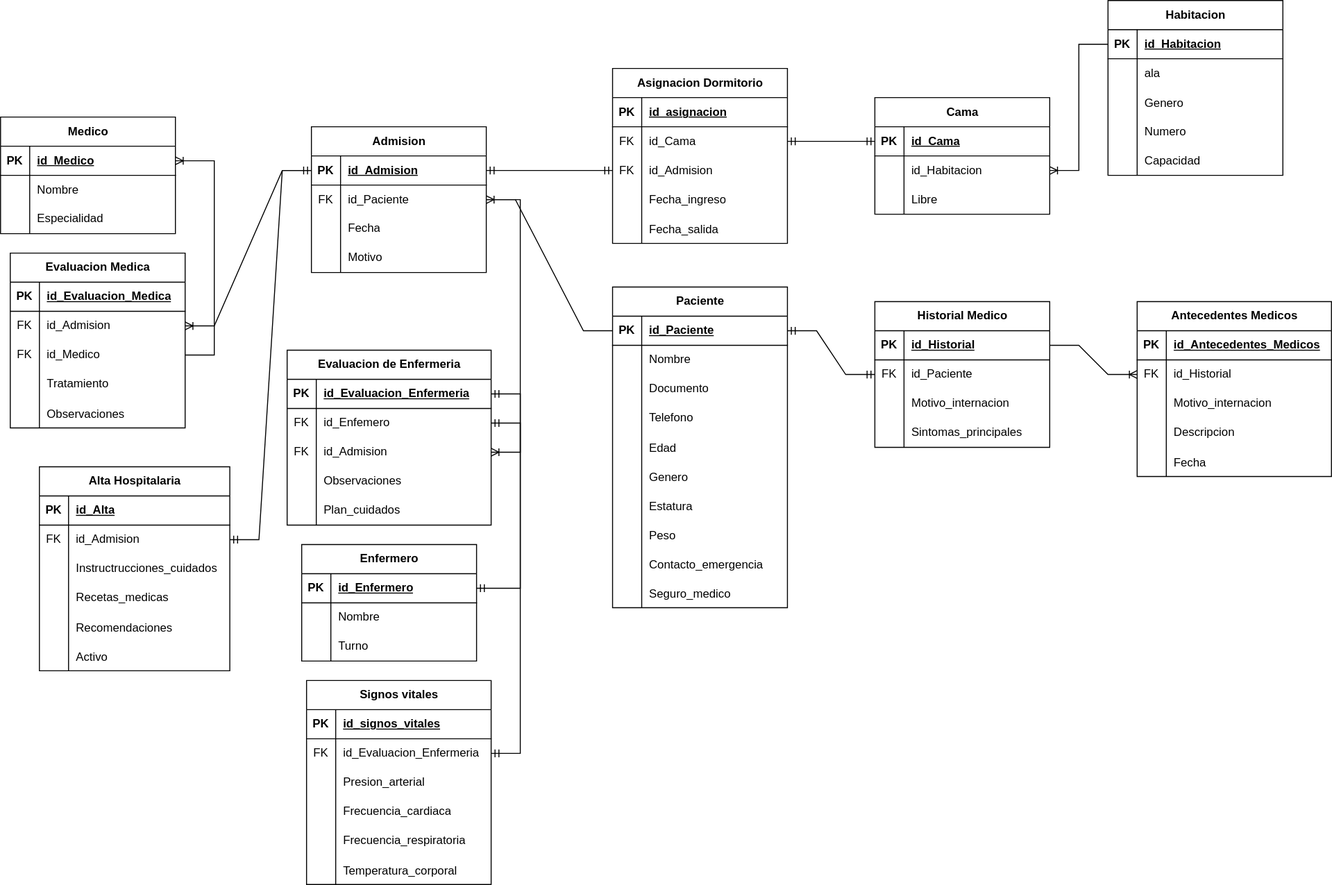
Earlier version of the draw.io export Hospital Information System - DER.svg (Tomas-Suarez/Integrador-web-II). Source tidied: cells renumbered, new cells last; positions are measured from the earlier drawing's top-left corner, leaving out a move shared by most shapes.
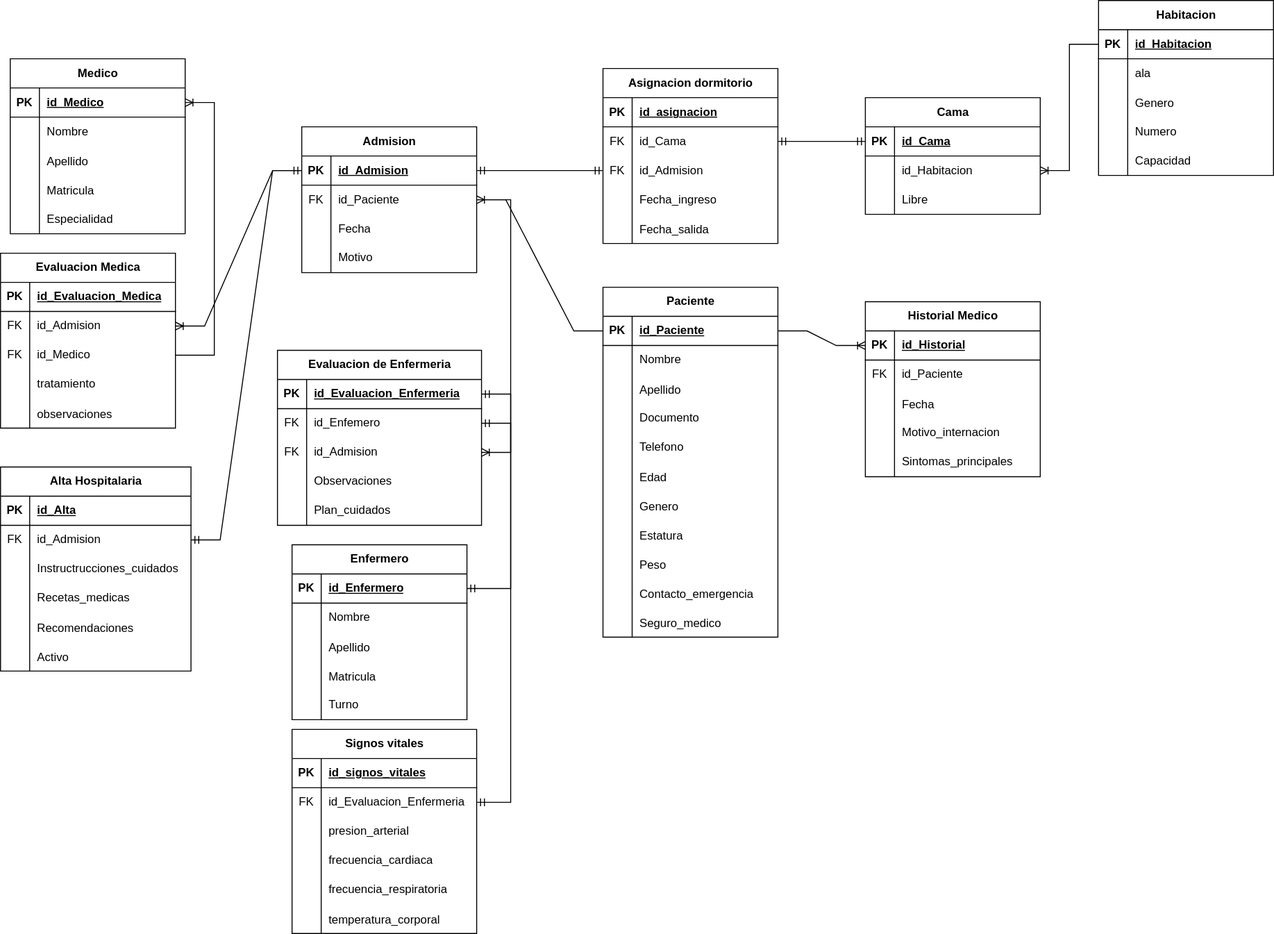
Above is the later version.

The edit, as a diff of the source:
```diff
@@ -5,3 +5,3 @@
     <mxCell id="2" value="Paciente" style="shape=table;startSize=30;rowLines=0;fontStyle=1;align=center;html=1;" parent="1" vertex="1">
-      <mxGeometry x="630" y="295" width="180" height="330" as="geometry" />
+      <mxGeometry x="630" y="295" width="180" height="360" as="geometry" />
     </mxCell>
@@ -25,4 +25,13 @@
     </mxCell>
+    <mxCell id="219" style="shape=tableRow;horizontal=0;startSize=0;swimlaneHead=0;swimlaneBody=0;fillColor=none;top=0;left=0;right=0;bottom=0;" parent="2" vertex="1">
+      <mxGeometry y="90" width="180" height="30" as="geometry" />
+    </mxCell>
+    <mxCell id="220" style="shape=partialRectangle;fillColor=none;top=0;left=0;bottom=0;right=0;overflow=hidden;" parent="219" vertex="1">
+      <mxGeometry width="30" height="30" as="geometry" />
+    </mxCell>
+    <mxCell id="221" value="Apellido" style="shape=partialRectangle;fillColor=none;top=0;left=0;bottom=0;right=0;align=left;spacingLeft=6;overflow=hidden;" parent="219" vertex="1">
+      <mxGeometry x="30" width="150" height="30" as="geometry" />
+    </mxCell>
     <mxCell id="9" style="shape=tableRow;horizontal=0;startSize=0;swimlaneHead=0;swimlaneBody=0;fillColor=none;top=0;left=0;right=0;bottom=0;" parent="2" vertex="1">
-      <mxGeometry y="90" width="180" height="30" as="geometry" />
+      <mxGeometry y="120" width="180" height="30" as="geometry" />
     </mxCell>
@@ -35,3 +44,3 @@
     <mxCell id="12" style="shape=tableRow;horizontal=0;startSize=0;swimlaneHead=0;swimlaneBody=0;fillColor=none;top=0;left=0;right=0;bottom=0;" parent="2" vertex="1">
-      <mxGeometry y="120" width="180" height="30" as="geometry" />
+      <mxGeometry y="150" width="180" height="30" as="geometry" />
     </mxCell>
@@ -44,3 +53,3 @@
     <mxCell id="15" style="shape=tableRow;horizontal=0;startSize=0;swimlaneHead=0;swimlaneBody=0;fillColor=none;top=0;left=0;right=0;bottom=0;" parent="2" vertex="1">
-      <mxGeometry y="150" width="180" height="30" as="geometry" />
+      <mxGeometry y="180" width="180" height="30" as="geometry" />
     </mxCell>
@@ -53,3 +62,3 @@
     <mxCell id="18" style="shape=tableRow;horizontal=0;startSize=0;swimlaneHead=0;swimlaneBody=0;fillColor=none;top=0;left=0;right=0;bottom=0;" parent="2" vertex="1">
-      <mxGeometry y="180" width="180" height="30" as="geometry" />
+      <mxGeometry y="210" width="180" height="30" as="geometry" />
     </mxCell>
@@ -62,3 +71,3 @@
     <mxCell id="21" style="shape=tableRow;horizontal=0;startSize=0;swimlaneHead=0;swimlaneBody=0;fillColor=none;top=0;left=0;right=0;bottom=0;" parent="2" vertex="1">
-      <mxGeometry y="210" width="180" height="30" as="geometry" />
+      <mxGeometry y="240" width="180" height="30" as="geometry" />
     </mxCell>
@@ -71,3 +80,3 @@
     <mxCell id="24" style="shape=tableRow;horizontal=0;startSize=0;swimlaneHead=0;swimlaneBody=0;fillColor=none;top=0;left=0;right=0;bottom=0;" parent="2" vertex="1">
-      <mxGeometry y="240" width="180" height="30" as="geometry" />
+      <mxGeometry y="270" width="180" height="30" as="geometry" />
     </mxCell>
@@ -80,3 +89,3 @@
     <mxCell id="27" style="shape=tableRow;horizontal=0;startSize=0;swimlaneHead=0;swimlaneBody=0;fillColor=none;top=0;left=0;right=0;bottom=0;" parent="2" vertex="1">
-      <mxGeometry y="270" width="180" height="30" as="geometry" />
+      <mxGeometry y="300" width="180" height="30" as="geometry" />
     </mxCell>
@@ -89,3 +98,3 @@
     <mxCell id="30" style="shape=tableRow;horizontal=0;startSize=0;swimlaneHead=0;swimlaneBody=0;fillColor=none;top=0;left=0;right=0;bottom=0;" parent="2" vertex="1">
-      <mxGeometry y="300" width="180" height="30" as="geometry" />
+      <mxGeometry y="330" width="180" height="30" as="geometry" />
     </mxCell>
@@ -136,3 +145,3 @@
     </mxCell>
-    <mxCell id="46" value="Asignacion Dormitorio" style="shape=table;startSize=30;rowLines=0;fontStyle=1;align=center;html=1;" parent="1" vertex="1">
+    <mxCell id="46" value="Asignacion dormitorio" style="shape=table;startSize=30;rowLines=0;fontStyle=1;align=center;html=1;" parent="1" vertex="1">
       <mxGeometry x="630" y="70" width="180" height="180" as="geometry" />
@@ -263,3 +272,3 @@
     <mxCell id="88" value="Alta Hospitalaria" style="shape=table;startSize=30;rowLines=0;fontStyle=1;align=center;html=1;" parent="1" vertex="1">
-      <mxGeometry x="40" y="480" width="196" height="210" as="geometry" />
+      <mxGeometry x="10" y="480" width="196" height="210" as="geometry" />
     </mxCell>
@@ -320,3 +329,3 @@
     <mxCell id="107" value="Enfermero" style="shape=table;startSize=30;rowLines=0;fontStyle=1;align=center;html=1;" parent="1" vertex="1">
-      <mxGeometry x="310" y="560" width="180" height="120" as="geometry" />
+      <mxGeometry x="310" y="560" width="180" height="180" as="geometry" />
     </mxCell>
@@ -340,4 +349,22 @@
     </mxCell>
+    <mxCell id="222" style="shape=tableRow;horizontal=0;startSize=0;swimlaneHead=0;swimlaneBody=0;fillColor=none;top=0;left=0;right=0;bottom=0;" parent="107" vertex="1">
+      <mxGeometry y="90" width="180" height="30" as="geometry" />
+    </mxCell>
+    <mxCell id="223" style="shape=partialRectangle;fillColor=none;top=0;left=0;bottom=0;right=0;overflow=hidden;" parent="222" vertex="1">
+      <mxGeometry width="30" height="30" as="geometry" />
+    </mxCell>
+    <mxCell id="224" value="Apellido" style="shape=partialRectangle;fillColor=none;top=0;left=0;bottom=0;right=0;align=left;spacingLeft=6;overflow=hidden;" parent="222" vertex="1">
+      <mxGeometry x="30" width="150" height="30" as="geometry" />
+    </mxCell>
+    <mxCell id="225" style="shape=tableRow;horizontal=0;startSize=0;swimlaneHead=0;swimlaneBody=0;fillColor=none;top=0;left=0;right=0;bottom=0;" parent="107" vertex="1">
+      <mxGeometry y="120" width="180" height="30" as="geometry" />
+    </mxCell>
+    <mxCell id="226" style="shape=partialRectangle;fillColor=none;top=0;left=0;bottom=0;right=0;overflow=hidden;" parent="225" vertex="1">
+      <mxGeometry width="30" height="30" as="geometry" />
+    </mxCell>
+    <mxCell id="227" value="Matricula" style="shape=partialRectangle;fillColor=none;top=0;left=0;bottom=0;right=0;align=left;spacingLeft=6;overflow=hidden;" parent="225" vertex="1">
+      <mxGeometry x="30" width="150" height="30" as="geometry" />
+    </mxCell>
     <mxCell id="114" style="shape=tableRow;horizontal=0;startSize=0;swimlaneHead=0;swimlaneBody=0;fillColor=none;top=0;left=0;right=0;bottom=0;" parent="107" vertex="1">
-      <mxGeometry y="90" width="180" height="30" as="geometry" />
+      <mxGeometry y="150" width="180" height="30" as="geometry" />
     </mxCell>
@@ -365,3 +392,3 @@
     <mxCell id="122" value="Historial Medico" style="shape=table;startSize=30;rowLines=0;fontStyle=1;align=center;html=1;" parent="1" vertex="1">
-      <mxGeometry x="900" y="310" width="180" height="150" as="geometry" />
+      <mxGeometry x="900" y="310" width="180" height="180" as="geometry" />
     </mxCell>
@@ -385,4 +412,13 @@
     </mxCell>
+    <mxCell id="228" style="shape=tableRow;horizontal=0;startSize=0;swimlaneHead=0;swimlaneBody=0;fillColor=none;top=0;left=0;right=0;bottom=0;" parent="122" vertex="1">
+      <mxGeometry y="90" width="180" height="30" as="geometry" />
+    </mxCell>
+    <mxCell id="229" style="shape=partialRectangle;fillColor=none;top=0;left=0;bottom=0;right=0;overflow=hidden;" parent="228" vertex="1">
+      <mxGeometry width="30" height="30" as="geometry" />
+    </mxCell>
+    <mxCell id="150" value="Fecha" style="shape=partialRectangle;fillColor=none;top=0;left=0;bottom=0;right=0;align=left;spacingLeft=6;overflow=hidden;" parent="228" vertex="1">
+      <mxGeometry x="30" width="150" height="30" as="geometry" />
+    </mxCell>
     <mxCell id="129" style="shape=tableRow;horizontal=0;startSize=0;swimlaneHead=0;swimlaneBody=0;fillColor=none;top=0;left=0;right=0;bottom=0;" parent="122" vertex="1">
-      <mxGeometry y="90" width="180" height="30" as="geometry" />
+      <mxGeometry y="120" width="180" height="30" as="geometry" />
     </mxCell>
@@ -395,3 +431,3 @@
     <mxCell id="132" style="shape=tableRow;horizontal=0;startSize=0;swimlaneHead=0;swimlaneBody=0;fillColor=none;top=0;left=0;right=0;bottom=0;" parent="122" vertex="1">
-      <mxGeometry y="120" width="180" height="30" as="geometry" />
+      <mxGeometry y="150" width="180" height="30" as="geometry" />
     </mxCell>
@@ -403,56 +439,2 @@
     </mxCell>
-    <mxCell id="135" value="Antecedentes Medicos" style="shape=table;startSize=30;rowLines=0;fontStyle=1;align=center;html=1;" parent="1" vertex="1">
-      <mxGeometry x="1170" y="310" width="200" height="180" as="geometry" />
-    </mxCell>
-    <mxCell id="136" style="shape=tableRow;horizontal=0;startSize=0;swimlaneHead=0;swimlaneBody=0;fillColor=none;top=0;left=0;right=0;bottom=1;" parent="135" vertex="1">
-      <mxGeometry y="30" width="200" height="30" as="geometry" />
-    </mxCell>
-    <mxCell id="137" value="PK" style="shape=partialRectangle;fillColor=none;top=0;left=0;bottom=0;right=0;fontStyle=1;overflow=hidden;whiteSpace=wrap;html=1;" parent="136" vertex="1">
-      <mxGeometry width="30" height="30" as="geometry" />
-    </mxCell>
-    <mxCell id="138" value="id_Antecedentes_Medicos" style="shape=partialRectangle;fillColor=none;top=0;left=0;bottom=0;right=0;align=left;spacingLeft=6;fontStyle=5;overflow=hidden;whiteSpace=wrap;html=1;" parent="136" vertex="1">
-      <mxGeometry x="30" width="170" height="30" as="geometry" />
-    </mxCell>
-    <mxCell id="139" style="shape=tableRow;horizontal=0;startSize=0;swimlaneHead=0;swimlaneBody=0;fillColor=none;points=[[0,0.5],[1,0.5]];portConstraint=eastwest;top=0;left=0;right=0;bottom=0;" parent="135" vertex="1">
-      <mxGeometry y="60" width="200" height="30" as="geometry" />
-    </mxCell>
-    <mxCell id="140" value="FK" style="shape=partialRectangle;fillColor=none;top=0;left=0;bottom=0;right=0;fontStyle=0;overflow=hidden;whiteSpace=wrap;html=1;" parent="139" vertex="1">
-      <mxGeometry width="30" height="30" as="geometry" />
-    </mxCell>
-    <mxCell id="141" value="id_Historial" style="shape=partialRectangle;fillColor=none;top=0;left=0;bottom=0;right=0;align=left;spacingLeft=6;fontStyle=0;overflow=hidden;whiteSpace=wrap;html=1;" parent="139" vertex="1">
-      <mxGeometry x="30" width="170" height="30" as="geometry" />
-    </mxCell>
-    <mxCell id="142" style="shape=tableRow;horizontal=0;startSize=0;swimlaneHead=0;swimlaneBody=0;fillColor=none;top=0;left=0;right=0;bottom=0;" parent="135" vertex="1">
-      <mxGeometry y="90" width="200" height="30" as="geometry" />
-    </mxCell>
-    <mxCell id="143" style="shape=partialRectangle;fillColor=none;top=0;left=0;bottom=0;right=0;overflow=hidden;whiteSpace=wrap;html=1;" parent="142" vertex="1">
-      <mxGeometry width="30" height="30" as="geometry" />
-    </mxCell>
-    <mxCell id="144" value="Motivo_internacion" style="shape=partialRectangle;fillColor=none;top=0;left=0;bottom=0;right=0;align=left;spacingLeft=6;overflow=hidden;whiteSpace=wrap;html=1;" parent="142" vertex="1">
-      <mxGeometry x="30" width="170" height="30" as="geometry" />
-    </mxCell>
-    <mxCell id="145" style="shape=tableRow;horizontal=0;startSize=0;swimlaneHead=0;swimlaneBody=0;fillColor=none;top=0;left=0;right=0;bottom=0;" parent="135" vertex="1">
-      <mxGeometry y="120" width="200" height="30" as="geometry" />
-    </mxCell>
-    <mxCell id="146" style="shape=partialRectangle;fillColor=none;top=0;left=0;bottom=0;right=0;overflow=hidden;whiteSpace=wrap;html=1;" parent="145" vertex="1">
-      <mxGeometry width="30" height="30" as="geometry" />
-    </mxCell>
-    <mxCell id="147" value="Descripcion" style="shape=partialRectangle;fillColor=none;top=0;left=0;bottom=0;right=0;align=left;spacingLeft=6;overflow=hidden;whiteSpace=wrap;html=1;" parent="145" vertex="1">
-      <mxGeometry x="30" width="170" height="30" as="geometry" />
-    </mxCell>
-    <mxCell id="148" style="shape=tableRow;horizontal=0;startSize=0;swimlaneHead=0;swimlaneBody=0;fillColor=none;top=0;left=0;right=0;bottom=0;" parent="135" vertex="1">
-      <mxGeometry y="150" width="200" height="30" as="geometry" />
-    </mxCell>
-    <mxCell id="149" style="shape=partialRectangle;fillColor=none;top=0;left=0;bottom=0;right=0;overflow=hidden;" parent="148" vertex="1">
-      <mxGeometry width="30" height="30" as="geometry" />
-    </mxCell>
-    <mxCell id="150" value="Fecha" style="shape=partialRectangle;fillColor=none;top=0;left=0;bottom=0;right=0;align=left;spacingLeft=6;overflow=hidden;" parent="148" vertex="1">
-      <mxGeometry x="30" width="170" height="30" as="geometry" />
-    </mxCell>
-    <mxCell id="151" style="edgeStyle=entityRelationEdgeStyle;fontSize=12;html=1;endArrow=ERmandOne;startArrow=ERmandOne;rounded=0;" parent="1" edge="1" source="3" target="126">
-      <mxGeometry relative="1" as="geometry" />
-    </mxCell>
-    <mxCell id="152" style="edgeStyle=entityRelationEdgeStyle;fontSize=12;html=1;endArrow=ERoneToMany;rounded=0;" parent="1" edge="1" source="123" target="139">
-      <mxGeometry relative="1" as="geometry" />
-    </mxCell>
     <mxCell id="153" value="Evaluacion Medica" style="shape=table;startSize=30;rowLines=0;fontStyle=1;align=center;html=1;" parent="1" vertex="1">
@@ -493,3 +475,3 @@
     </mxCell>
-    <mxCell id="165" value="Tratamiento" style="shape=partialRectangle;fillColor=none;top=0;left=0;bottom=0;right=0;align=left;spacingLeft=6;overflow=hidden;whiteSpace=wrap;html=1;" parent="163" vertex="1">
+    <mxCell id="165" value="tratamiento" style="shape=partialRectangle;fillColor=none;top=0;left=0;bottom=0;right=0;align=left;spacingLeft=6;overflow=hidden;whiteSpace=wrap;html=1;" parent="163" vertex="1">
       <mxGeometry x="30" width="150" height="30" as="geometry" />
@@ -502,3 +484,3 @@
     </mxCell>
-    <mxCell id="168" value="Observaciones" style="shape=partialRectangle;fillColor=none;top=0;left=0;bottom=0;right=0;align=left;spacingLeft=6;overflow=hidden;" parent="166" vertex="1">
+    <mxCell id="168" value="observaciones" style="shape=partialRectangle;fillColor=none;top=0;left=0;bottom=0;right=0;align=left;spacingLeft=6;overflow=hidden;" parent="166" vertex="1">
       <mxGeometry x="30" width="150" height="30" as="geometry" />
@@ -554,3 +536,3 @@
     <mxCell id="185" value="Medico" style="shape=table;startSize=30;rowLines=0;fontStyle=1;align=center;html=1;" parent="1" vertex="1">
-      <mxGeometry y="120" width="180" height="120" as="geometry" />
+      <mxGeometry x="20" y="60" width="180" height="180" as="geometry" />
     </mxCell>
@@ -574,4 +556,22 @@
     </mxCell>
+    <mxCell id="230" style="shape=tableRow;horizontal=0;startSize=0;swimlaneHead=0;swimlaneBody=0;fillColor=none;top=0;left=0;right=0;bottom=0;" parent="185" vertex="1">
+      <mxGeometry y="90" width="180" height="30" as="geometry" />
+    </mxCell>
+    <mxCell id="231" style="shape=partialRectangle;fillColor=none;top=0;left=0;bottom=0;right=0;overflow=hidden;" parent="230" vertex="1">
+      <mxGeometry width="30" height="30" as="geometry" />
+    </mxCell>
+    <mxCell id="232" value="Apellido" style="shape=partialRectangle;fillColor=none;top=0;left=0;bottom=0;right=0;align=left;spacingLeft=6;overflow=hidden;" parent="230" vertex="1">
+      <mxGeometry x="30" width="150" height="30" as="geometry" />
+    </mxCell>
+    <mxCell id="233" style="shape=tableRow;horizontal=0;startSize=0;swimlaneHead=0;swimlaneBody=0;fillColor=none;top=0;left=0;right=0;bottom=0;" parent="185" vertex="1">
+      <mxGeometry y="120" width="180" height="30" as="geometry" />
+    </mxCell>
+    <mxCell id="234" style="shape=partialRectangle;fillColor=none;top=0;left=0;bottom=0;right=0;overflow=hidden;" parent="233" vertex="1">
+      <mxGeometry width="30" height="30" as="geometry" />
+    </mxCell>
+    <mxCell id="235" value="Matricula" style="shape=partialRectangle;fillColor=none;top=0;left=0;bottom=0;right=0;align=left;spacingLeft=6;overflow=hidden;" parent="233" vertex="1">
+      <mxGeometry x="30" width="150" height="30" as="geometry" />
+    </mxCell>
     <mxCell id="192" style="shape=tableRow;horizontal=0;startSize=0;swimlaneHead=0;swimlaneBody=0;fillColor=none;top=0;left=0;right=0;bottom=0;" parent="185" vertex="1">
-      <mxGeometry y="90" width="180" height="30" as="geometry" />
+      <mxGeometry y="150" width="180" height="30" as="geometry" />
     </mxCell>
@@ -590,3 +590,3 @@
     <mxCell id="197" value="Signos vitales" style="shape=table;startSize=30;rowLines=0;fontStyle=1;align=center;html=1;" parent="1" vertex="1">
-      <mxGeometry x="315" y="700" width="190" height="210" as="geometry" />
+      <mxGeometry x="310" y="750" width="190" height="210" as="geometry" />
     </mxCell>
@@ -616,3 +616,3 @@
     </mxCell>
-    <mxCell id="206" value="Presion_arterial" style="shape=partialRectangle;fillColor=none;top=0;left=0;bottom=0;right=0;align=left;spacingLeft=6;overflow=hidden;whiteSpace=wrap;html=1;" parent="204" vertex="1">
+    <mxCell id="206" value="presion_arterial" style="shape=partialRectangle;fillColor=none;top=0;left=0;bottom=0;right=0;align=left;spacingLeft=6;overflow=hidden;whiteSpace=wrap;html=1;" parent="204" vertex="1">
       <mxGeometry x="30" width="160" height="30" as="geometry" />
@@ -625,3 +625,3 @@
     </mxCell>
-    <mxCell id="209" value="Frecuencia_cardiaca" style="shape=partialRectangle;fillColor=none;top=0;left=0;bottom=0;right=0;align=left;spacingLeft=6;overflow=hidden;whiteSpace=wrap;html=1;" parent="207" vertex="1">
+    <mxCell id="209" value="frecuencia_cardiaca" style="shape=partialRectangle;fillColor=none;top=0;left=0;bottom=0;right=0;align=left;spacingLeft=6;overflow=hidden;whiteSpace=wrap;html=1;" parent="207" vertex="1">
       <mxGeometry x="30" width="160" height="30" as="geometry" />
@@ -634,3 +634,3 @@
     </mxCell>
-    <mxCell id="212" value="Frecuencia_respiratoria" style="shape=partialRectangle;fillColor=none;top=0;left=0;bottom=0;right=0;align=left;spacingLeft=6;overflow=hidden;whiteSpace=wrap;html=1;" parent="210" vertex="1">
+    <mxCell id="212" value="frecuencia_respiratoria" style="shape=partialRectangle;fillColor=none;top=0;left=0;bottom=0;right=0;align=left;spacingLeft=6;overflow=hidden;whiteSpace=wrap;html=1;" parent="210" vertex="1">
       <mxGeometry x="30" width="160" height="30" as="geometry" />
@@ -643,3 +643,3 @@
     </mxCell>
-    <mxCell id="215" value="Temperatura_corporal" style="shape=partialRectangle;fillColor=none;top=0;left=0;bottom=0;right=0;align=left;spacingLeft=6;overflow=hidden;" parent="213" vertex="1">
+    <mxCell id="215" value="temperatura_corporal" style="shape=partialRectangle;fillColor=none;top=0;left=0;bottom=0;right=0;align=left;spacingLeft=6;overflow=hidden;" parent="213" vertex="1">
       <mxGeometry x="30" width="160" height="30" as="geometry" />
@@ -655,2 +655,5 @@
     </mxCell>
+    <mxCell id="236" style="edgeStyle=entityRelationEdgeStyle;fontSize=12;html=1;endArrow=ERoneToMany;rounded=0;" parent="1" edge="1" source="3" target="123">
+      <mxGeometry relative="1" as="geometry" />
+    </mxCell>
   </root>
```
